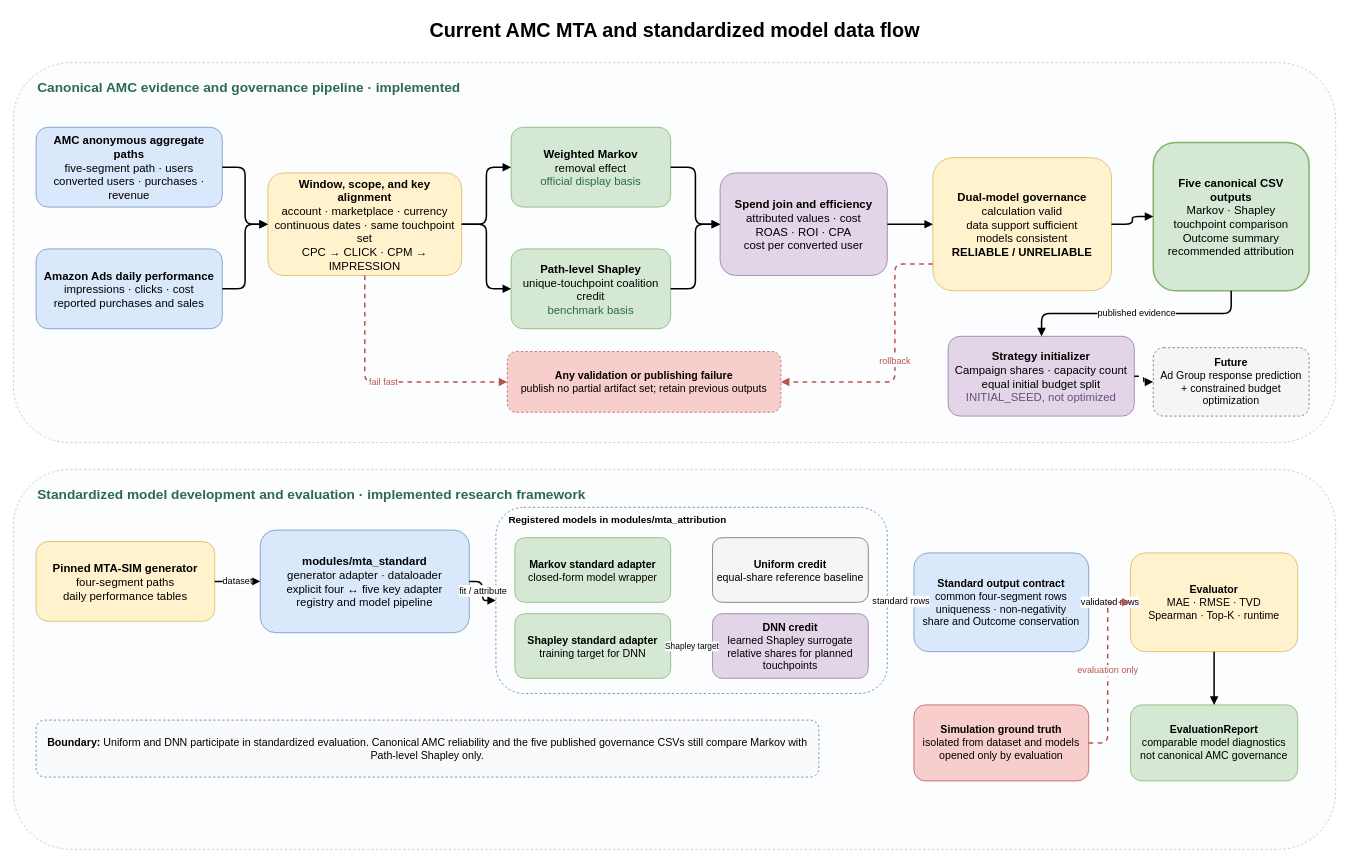
This is docs/en/introduction/data-flow.drawio from Trance-0/MTA-strategy-optimizer, a draw.io file, before an edit. Source tidied: cells renumbered, new cells numbered last; positions are measured from the earlier drawing's top-left corner, leaving out a move shared by most shapes. Both pictures are drawn from the tidied source at 76%, with x=0, y=0 at pixel (13, 13).
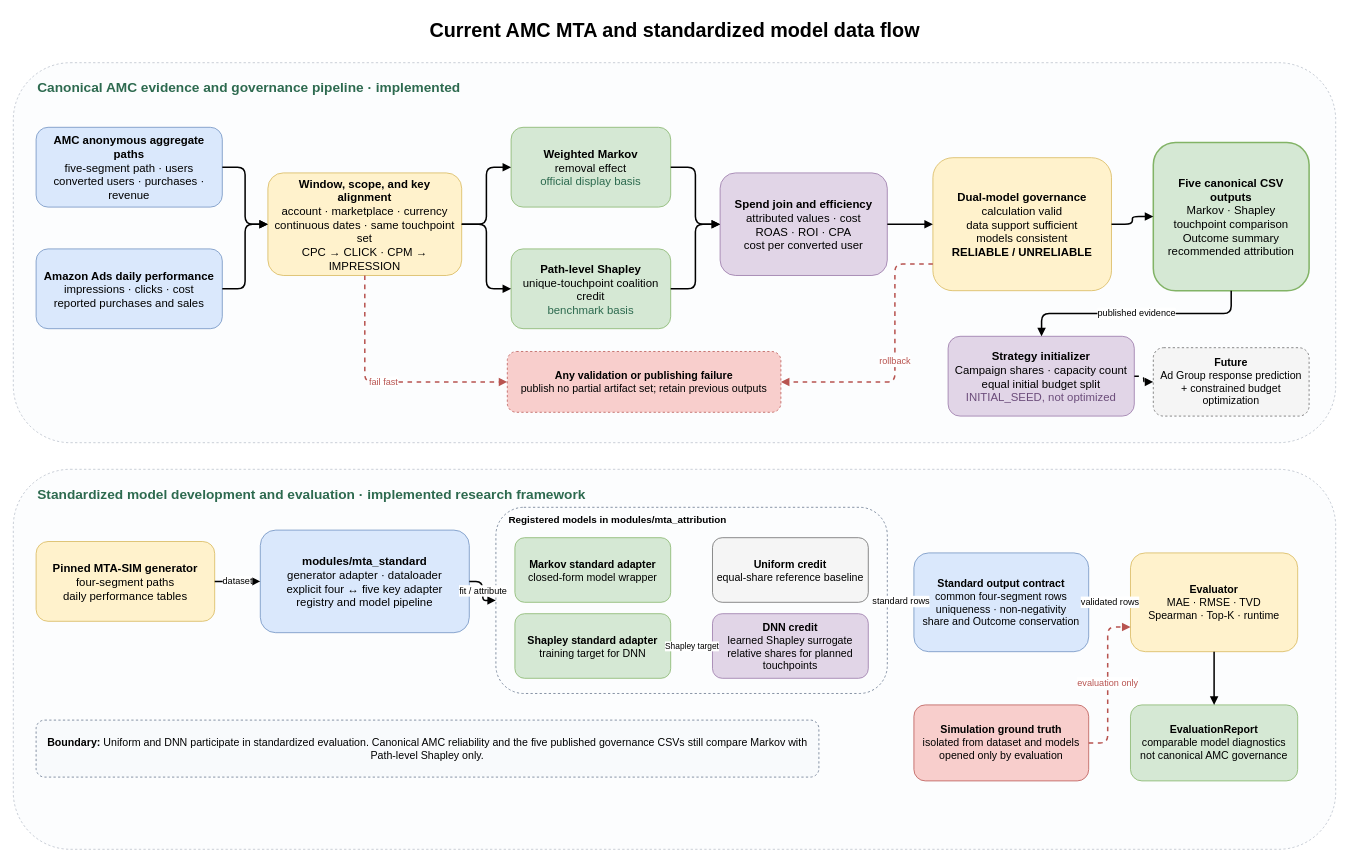
The same diagram, later.

The change refers to these unchanged cells:
```xml
<mxCell id="39" value="&lt;b&gt;Evaluator&lt;/b&gt;&lt;br&gt;MAE · RMSE · TVD&lt;br&gt;Spearman · Top-K · runtime" style="rounded=1;whiteSpace=wrap;html=1;fillColor=#FFF2CC;strokeColor=#D6B656;fontSize=14;spacing=6;" parent="1" vertex="1">
  <mxGeometry x="1470" y="710" width="220" height="130" as="geometry" />
</mxCell>
<mxCell id="40" value="&lt;b&gt;Simulation ground truth&lt;/b&gt;&lt;br&gt;isolated from dataset and models&lt;br&gt;opened only by evaluation" style="rounded=1;whiteSpace=wrap;html=1;fillColor=#F8CECC;strokeColor=#B85450;fontSize=14;spacing=6;" parent="1" vertex="1">
  <mxGeometry x="1185" y="910" width="230" height="100" as="geometry" />
</mxCell>
```

Diff of the diagram source:
```diff
@@
-    <mxCell id="48" value="evaluation only" style="edgeStyle=orthogonalEdgeStyle;html=1;endArrow=block;endFill=1;strokeWidth=2;dashed=1;strokeColor=#B85450;fontColor=#B85450;fontSize=12;exitX=1;exitY=0.5;exitDx=0;exitDy=0;entryX=0;entryY=0.5;entryDx=0;entryDy=0;" parent="1" edge="1" source="40" target="39">
+    <mxCell id="48" value="evaluation only" style="edgeStyle=orthogonalEdgeStyle;html=1;endArrow=block;endFill=1;strokeWidth=2;dashed=1;strokeColor=#B85450;fontColor=#B85450;fontSize=12;exitX=1;exitY=0.5;exitDx=0;exitDy=0;entryX=0;entryY=0.75;entryDx=0;entryDy=0;" parent="1" edge="1" source="40" target="39">
       <mxGeometry relative="1" as="geometry">
         <Array as="points">
           <mxPoint x="1440" y="960" />
-          <mxPoint x="1440" y="775" />
+          <mxPoint x="1440" y="807.5" />
         </Array>
       </mxGeometry>
     </mxCell>
```
